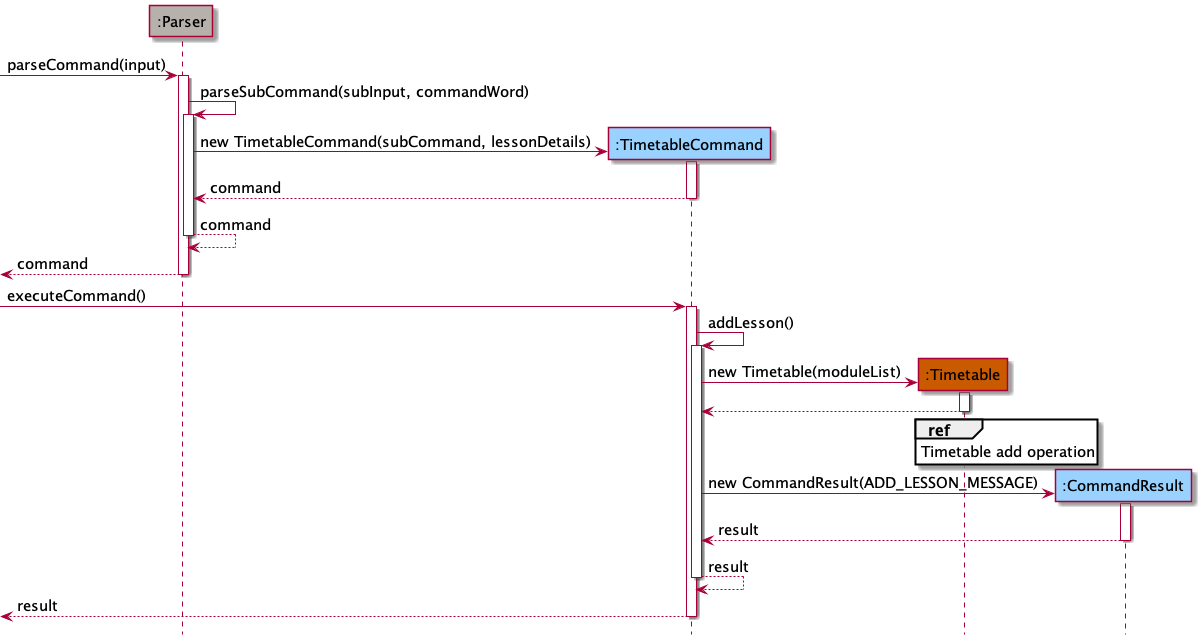
Before: docs/assets/images/TimetableAddSequenceDiagram1.png, a diagram exported from PlantUML (shyamgj1900/tp). The source it was exported from:
```plantuml
@startuml

!include Style.puml

hide footbox

participant ":Parser" as parser UTIL_COLOR
participant ":TimetableCommand" as command COMMANDS_COLOR
participant ":Timetable" as table TIMETABLE_COLOR
participant ":CommandResult" as result COMMANDS_COLOR

[-> parser : parseCommand(input)

activate parser

parser -> parser : parseSubCommand(subInput, commandWord)
activate parser

create command
parser -> command : new TimetableCommand(subCommand, lessonDetails)

activate command

command --> parser : command

deactivate command

parser --> parser : command
deactivate parser

parser -->[ : command
deactivate parser


[-> command : executeCommand()
activate command


command -> command : addLesson()
activate command
create table
command -> table : new Timetable(moduleList)
activate table
table--> command
deactivate table

ref over table : Timetable add operation


create result
command -> result : new CommandResult(ADD_LESSON_MESSAGE)
activate result

result --> command : result
deactivate result
command --> command : result
deactivate command

command -->[ : result
deactivate command




@enduml
```
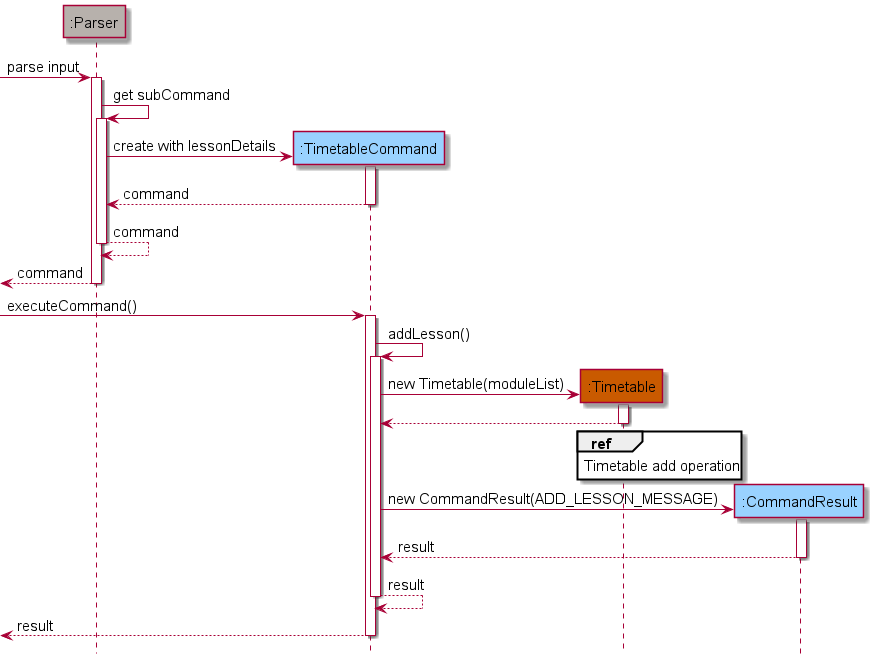
The same file after the commit.

Commit message:
lose weight for all sequence diagrams

The edit, as a diff of the source:
```diff
@@ -9,15 +9,15 @@
 participant ":Timetable" as table TIMETABLE_COLOR
 participant ":CommandResult" as result COMMANDS_COLOR
 
-[-> parser : parseCommand(input)
+[-> parser : parse input
 
 activate parser
 
-parser -> parser : parseSubCommand(subInput, commandWord)
+parser -> parser : get subCommand
 activate parser
 
 create command
-parser -> command : new TimetableCommand(subCommand, lessonDetails)
+parser -> command : create with lessonDetails
 
 activate command
 
```
